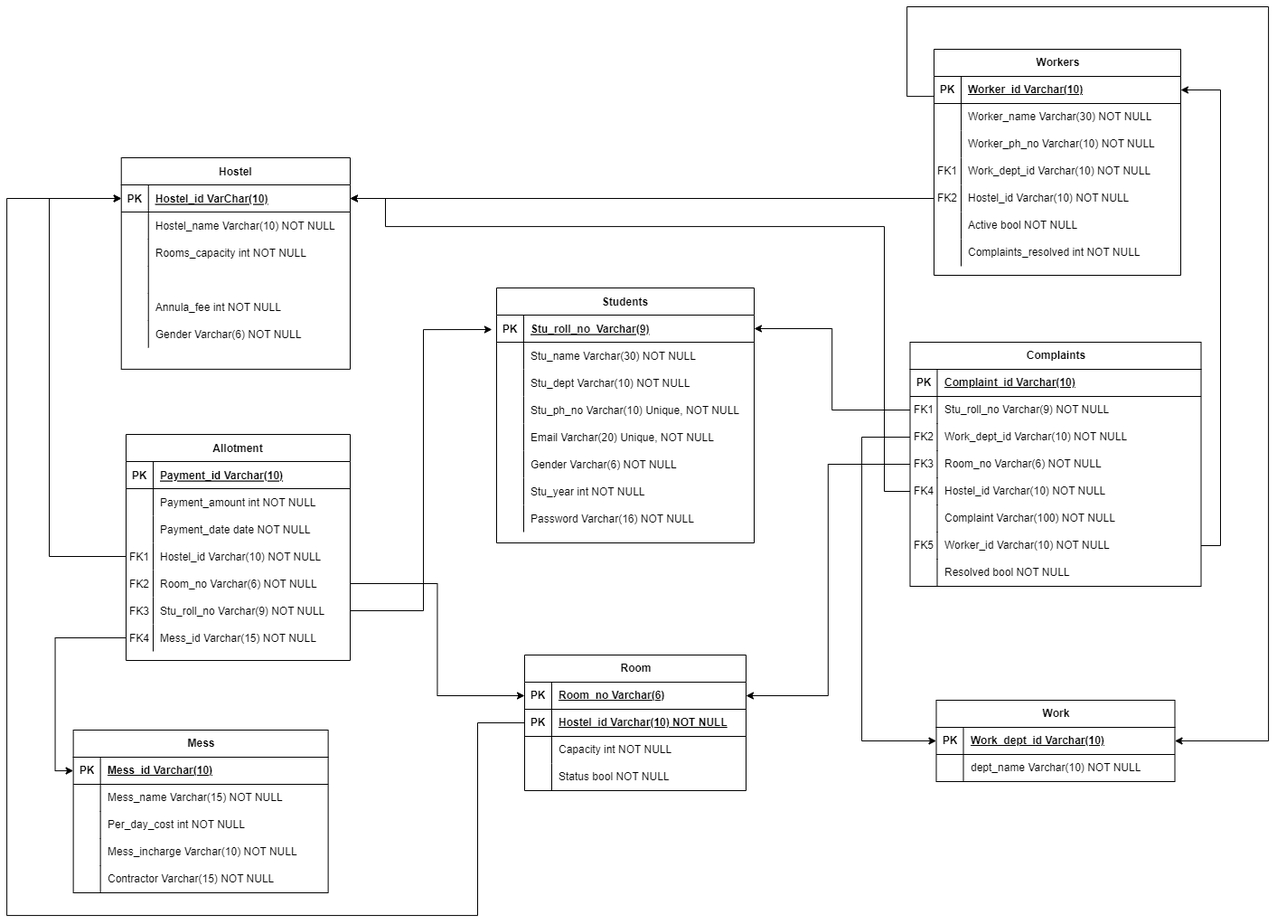
Abhinay-c/Hostel_management_system keeps this draw.io diagram as relationship schema.png. Above is the earlier version. Source tidied: cells renumbered, new cells last; positions are measured from the earlier drawing's top-left corner, leaving out a move shared by most shapes.
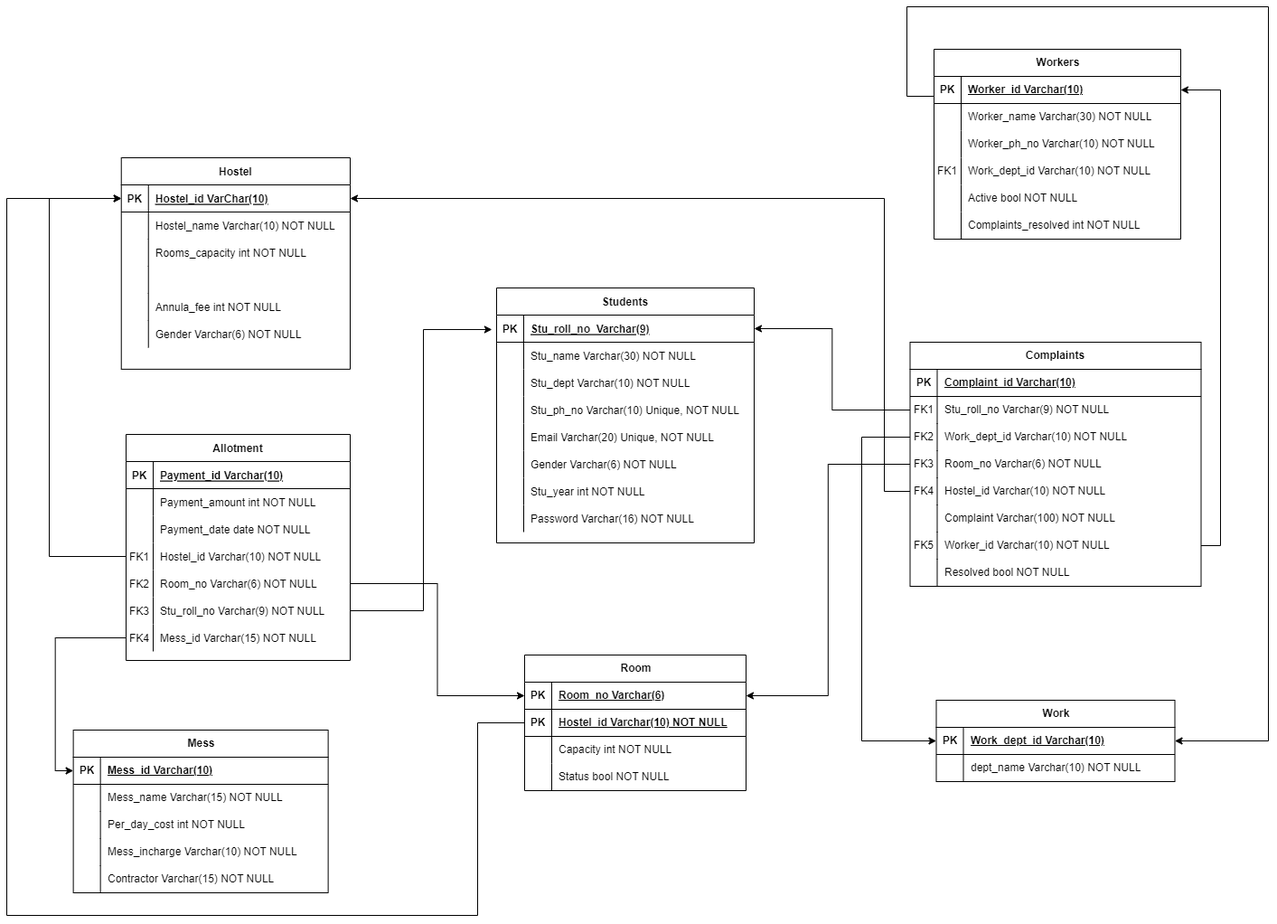
After the commit.

Commit message:
Update relationship schema

Change to the diagram source:
```diff
@@ -240,7 +240,7 @@
       <mxGeometry x="30" width="215" height="30" as="geometry" />
     </mxCell>
     <mxCell id="81" value="Workers" style="shape=table;startSize=30;rowLines=0;fontStyle=1;align=center;html=1;" parent="1" vertex="1">
-      <mxGeometry x="1026" y="47" width="273" height="250" as="geometry" />
+      <mxGeometry x="1026" y="47" width="273" height="210" as="geometry" />
     </mxCell>
     <mxCell id="82" style="shape=tableRow;horizontal=0;startSize=0;swimlaneHead=0;swimlaneBody=0;fillColor=none;points=[[0,0.5],[1,0.5]];portConstraint=eastwest;top=0;left=0;right=0;bottom=1;" parent="81" vertex="1">
       <mxGeometry y="30" width="273" height="30" as="geometry" />
@@ -278,17 +278,8 @@
     <mxCell id="93" value="Work_dept_id Varchar(10) NOT NULL" style="shape=partialRectangle;fillColor=none;top=0;left=0;bottom=0;right=0;align=left;spacingLeft=6;overflow=hidden;whiteSpace=wrap;html=1;" parent="91" vertex="1">
       <mxGeometry x="30" width="243" height="30" as="geometry" />
     </mxCell>
-    <mxCell id="94" style="shape=tableRow;horizontal=0;startSize=0;swimlaneHead=0;swimlaneBody=0;fillColor=none;points=[[0,0.5],[1,0.5]];portConstraint=eastwest;top=0;left=0;right=0;bottom=0;" parent="81" vertex="1">
-      <mxGeometry y="150" width="273" height="30" as="geometry" />
-    </mxCell>
-    <mxCell id="95" value="FK2" style="shape=partialRectangle;fillColor=none;top=0;left=0;bottom=0;right=0;overflow=hidden;whiteSpace=wrap;html=1;" parent="94" vertex="1">
-      <mxGeometry width="30" height="30" as="geometry" />
-    </mxCell>
-    <mxCell id="96" value="Hostel_id Varchar(10) NOT NULL" style="shape=partialRectangle;fillColor=none;top=0;left=0;bottom=0;right=0;align=left;spacingLeft=6;overflow=hidden;whiteSpace=wrap;html=1;" parent="94" vertex="1">
-      <mxGeometry x="30" width="243" height="30" as="geometry" />
-    </mxCell>
     <mxCell id="97" style="shape=tableRow;horizontal=0;startSize=0;swimlaneHead=0;swimlaneBody=0;fillColor=none;top=0;left=0;right=0;bottom=0;" parent="81" vertex="1">
-      <mxGeometry y="180" width="273" height="30" as="geometry" />
+      <mxGeometry y="150" width="273" height="30" as="geometry" />
     </mxCell>
     <mxCell id="98" style="shape=partialRectangle;fillColor=none;top=0;left=0;bottom=0;right=0;overflow=hidden;whiteSpace=wrap;html=1;" parent="97" vertex="1">
       <mxGeometry width="30" height="30" as="geometry" />
@@ -297,7 +288,7 @@
       <mxGeometry x="30" width="243" height="30" as="geometry" />
     </mxCell>
     <mxCell id="100" style="shape=tableRow;horizontal=0;startSize=0;swimlaneHead=0;swimlaneBody=0;fillColor=none;top=0;left=0;right=0;bottom=0;" parent="81" vertex="1">
-      <mxGeometry y="210" width="273" height="30" as="geometry" />
+      <mxGeometry y="180" width="273" height="30" as="geometry" />
     </mxCell>
     <mxCell id="101" style="shape=partialRectangle;fillColor=none;top=0;left=0;bottom=0;right=0;overflow=hidden;whiteSpace=wrap;html=1;" parent="100" vertex="1">
       <mxGeometry width="30" height="30" as="geometry" />
@@ -498,9 +489,6 @@
         </Array>
       </mxGeometry>
     </mxCell>
-    <mxCell id="160" style="edgeStyle=orthogonalEdgeStyle;rounded=0;jettySize=auto;html=1;entryX=1;entryY=0.5;entryDx=0;entryDy=0;" parent="1" edge="1" source="94" target="25">
-      <mxGeometry relative="1" as="geometry" />
-    </mxCell>
     <mxCell id="161" style="edgeStyle=orthogonalEdgeStyle;rounded=0;jettySize=auto;html=1;entryX=0;entryY=0.5;entryDx=0;entryDy=0;exitX=0;exitY=0.5;exitDx=0;exitDy=0;" parent="1" edge="1" source="72" target="25">
       <mxGeometry relative="1" as="geometry">
         <Array as="points">
@@ -515,9 +503,7 @@
       <mxGeometry relative="1" as="geometry">
         <Array as="points">
           <mxPoint x="971" y="536" />
-          <mxPoint x="971" y="243" />
-          <mxPoint x="419" y="243" />
-          <mxPoint x="419" y="212" />
+          <mxPoint x="971" y="212" />
         </Array>
       </mxGeometry>
     </mxCell>
```
